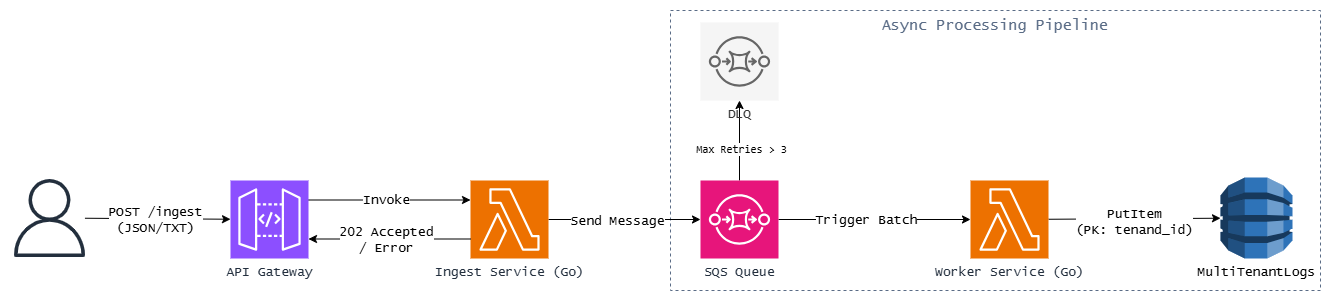
Earlier version of the draw.io export Architecture.png (karthikeyansura/robust-data-processor). Source tidied: cells renumbered, new cells last; positions are measured from the earlier drawing's top-left corner, leaving out a move shared by most shapes.
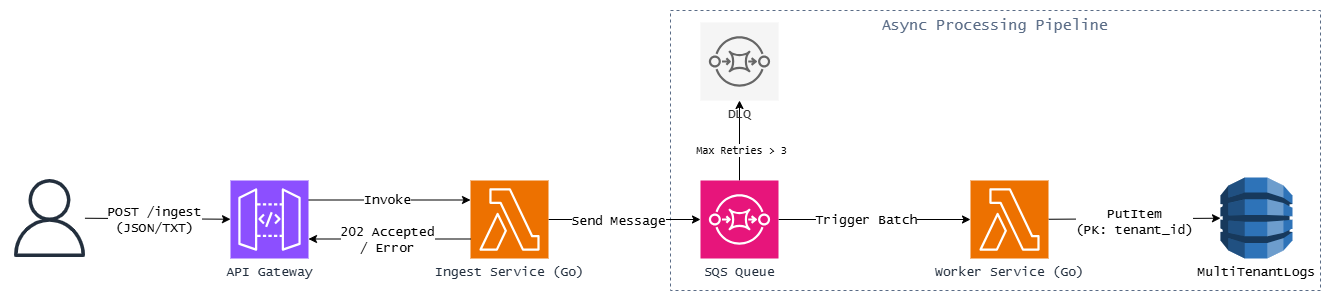
The same file after the commit.

Diff of the diagram source:
```diff
@@ -50,7 +50,7 @@
     <mxCell id="17" style="edgeStyle=none;shape=connector;rounded=0;jettySize=auto;html=1;strokeColor=default;align=center;verticalAlign=middle;fontFamily=Lucida Console;fontSize=13;fontColor=default;labelBackgroundColor=default;endArrow=classic;" parent="1" edge="1" source="19" target="20">
       <mxGeometry relative="1" as="geometry" />
     </mxCell>
-    <mxCell id="18" value="PutItem&lt;div&gt;(PK: tenand_id)&lt;/div&gt;" style="edgeLabel;html=1;align=center;verticalAlign=middle;fontFamily=Lucida Console;fontSize=13;fontColor=default;labelBackgroundColor=default;" parent="17" vertex="1">
+    <mxCell id="18" value="PutItem&lt;div&gt;(PK: tenant_id)&lt;/div&gt;" style="edgeLabel;html=1;align=center;verticalAlign=middle;fontFamily=Lucida Console;fontSize=13;fontColor=default;labelBackgroundColor=default;" parent="17" vertex="1">
       <mxGeometry x="-0.02" y="-3" relative="1" as="geometry" />
     </mxCell>
     <mxCell id="19" value="Worker Service (Go)" style="sketch=0;points=[[0,0,0],[0.25,0,0],[0.5,0,0],[0.75,0,0],[1,0,0],[0,1,0],[0.25,1,0],[0.5,1,0],[0.75,1,0],[1,1,0],[0,0.25,0],[0,0.5,0],[0,0.75,0],[1,0.25,0],[1,0.5,0],[1,0.75,0]];outlineConnect=0;fontColor=#232F3E;fillColor=#ED7100;strokeColor=#ffffff;dashed=0;verticalLabelPosition=bottom;verticalAlign=top;align=center;html=1;fontSize=13;fontStyle=0;shape=mxgraph.aws4.resourceIcon;resIcon=mxgraph.aws4.lambda;fontFamily=Lucida Console;" parent="1" vertex="1">
```
